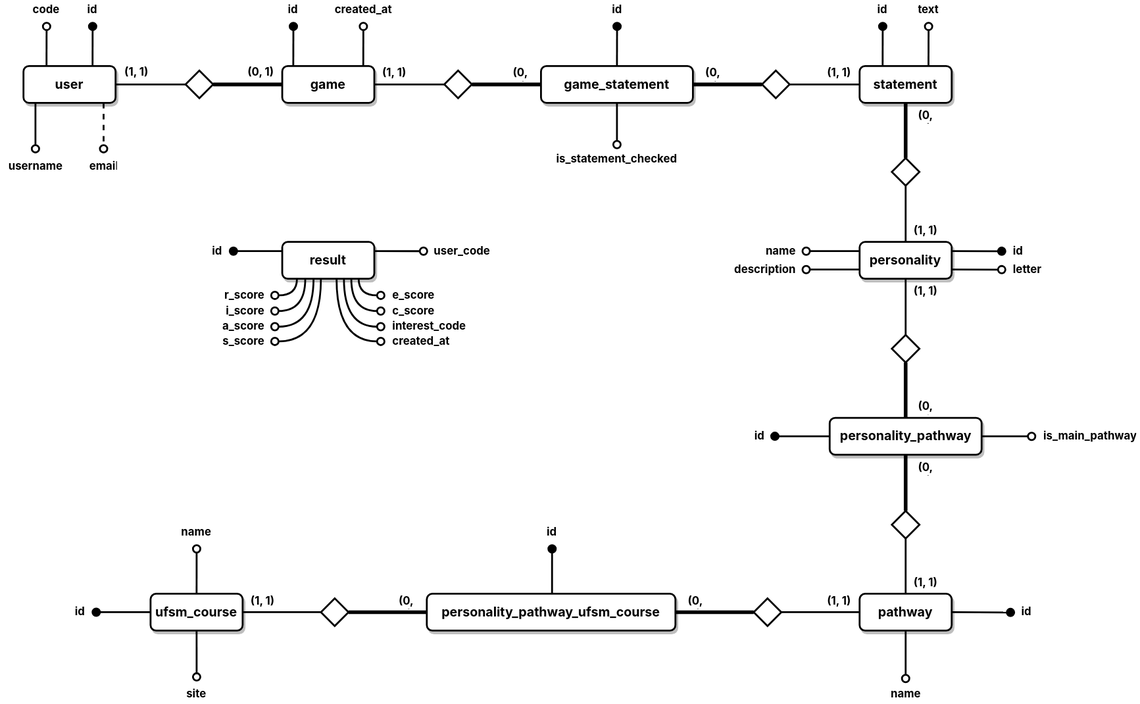
This is database/design/diagrama-er-peter-chen.svg from elc1074-universe/universe, a draw.io export, as it was before one commit. Source tidied: cells renumbered, new cells last; positions are measured from the earlier drawing's top-left corner, leaving out a move shared by most shapes.
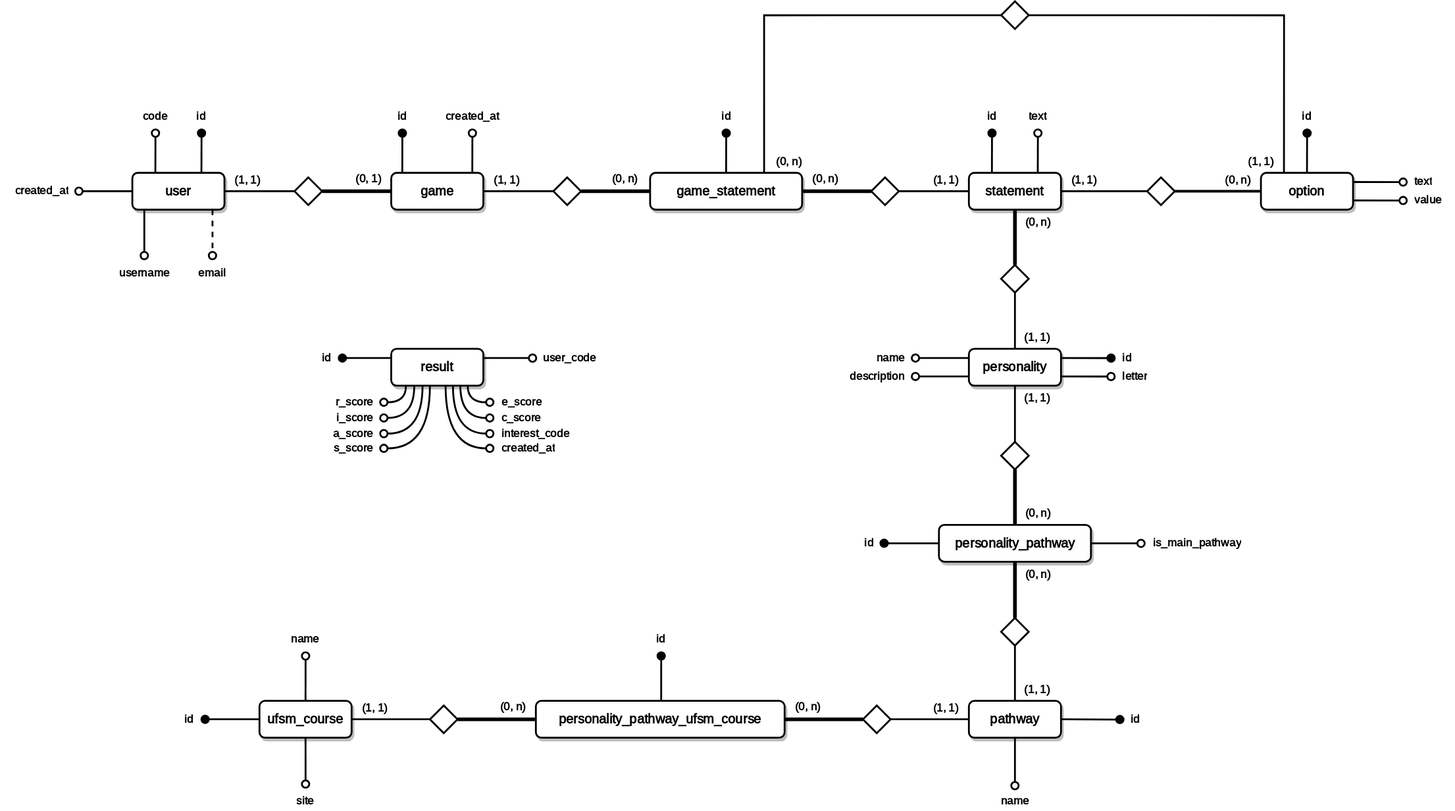
The same diagram one commit later.

What changed in the source:
```diff
@@ -25,6 +25,9 @@
     <mxCell id="7" style="edgeStyle=none;curved=1;rounded=0;jettySize=auto;html=1;exitX=1;exitY=0.5;exitDx=0;exitDy=0;entryX=0;entryY=0.5;entryDx=0;entryDy=0;fontSize=12;startSize=8;endSize=8;endArrow=none;endFill=0;strokeWidth=4;fontFamily=Inter;fontSource=https%3A%2F%2Ffonts.googleapis.com%2Fcss%3Ffamily%3DInter;fontStyle=1;" parent="1" edge="1" source="8" target="34">
       <mxGeometry relative="1" as="geometry" />
     </mxCell>
+    <mxCell id="116" style="edgeStyle=orthogonalEdgeStyle;rounded=0;jettySize=auto;html=1;exitX=0.75;exitY=0;exitDx=0;exitDy=0;entryX=0;entryY=0.5;entryDx=0;entryDy=0;fontSize=12;startSize=8;endSize=8;endArrow=none;endFill=0;strokeWidth=2;" parent="1" edge="1" source="8" target="124">
+      <mxGeometry relative="1" as="geometry" />
+    </mxCell>
     <mxCell id="8" value="game_statement" style="whiteSpace=wrap;html=1;align=center;fontSize=14;strokeWidth=2;fontFamily=Inter;fontSource=https%3A%2F%2Ffonts.googleapis.com%2Fcss%3Ffamily%3DInter;fontStyle=1;shadow=1;rounded=1;" parent="1" vertex="1">
       <mxGeometry x="586" y="71" width="165" height="40" as="geometry" />
     </mxCell>
@@ -40,6 +43,9 @@
     <mxCell id="12" style="edgeStyle=none;curved=1;rounded=0;jettySize=auto;html=1;exitX=0.5;exitY=1;exitDx=0;exitDy=0;entryX=0.5;entryY=0;entryDx=0;entryDy=0;fontSize=12;startSize=8;endSize=8;endArrow=none;endFill=0;strokeWidth=4;fontFamily=Inter;fontSource=https%3A%2F%2Ffonts.googleapis.com%2Fcss%3Ffamily%3DInter;fontStyle=1;" parent="1" edge="1" source="13" target="36">
       <mxGeometry relative="1" as="geometry" />
     </mxCell>
+    <mxCell id="117" style="edgeStyle=none;curved=1;rounded=0;jettySize=auto;html=1;exitX=1;exitY=0.5;exitDx=0;exitDy=0;entryX=0;entryY=0.5;entryDx=0;entryDy=0;fontSize=12;startSize=8;endSize=8;endArrow=none;endFill=0;strokeWidth=2;" parent="1" edge="1" source="13" target="120">
+      <mxGeometry relative="1" as="geometry" />
+    </mxCell>
     <mxCell id="13" value="statement" style="whiteSpace=wrap;html=1;align=center;fontSize=14;strokeWidth=2;fontFamily=Inter;fontSource=https%3A%2F%2Ffonts.googleapis.com%2Fcss%3Ffamily%3DInter;fontStyle=1;shadow=1;rounded=1;" parent="1" vertex="1">
       <mxGeometry x="932" y="71" width="100" height="40" as="geometry" />
     </mxCell>
@@ -153,52 +159,52 @@
       <mxGeometry x="347" y="649" width="30" height="30" as="geometry" />
     </mxCell>
     <mxCell id="45" value="(0, 1)" style="text;strokeColor=none;fillColor=none;spacingLeft=4;spacingRight=4;overflow=hidden;fontSize=12;whiteSpace=wrap;html=1;fontFamily=Inter;fontSource=https%3A%2F%2Ffonts.googleapis.com%2Fcss%3Ffamily%3DInter;align=center;verticalAlign=middle;fontStyle=1;" parent="1" vertex="1">
-      <mxGeometry x="262" y="68" width="40" height="20" as="geometry" />
+      <mxGeometry x="258" y="68" width="45" height="20" as="geometry" />
     </mxCell>
     <mxCell id="46" value="(1, 1)" style="text;strokeColor=none;fillColor=none;spacingLeft=4;spacingRight=4;overflow=hidden;fontSize=12;whiteSpace=wrap;html=1;fontFamily=Inter;fontSource=https%3A%2F%2Ffonts.googleapis.com%2Fcss%3Ffamily%3DInter;align=center;verticalAlign=middle;fontStyle=1;" parent="1" vertex="1">
-      <mxGeometry x="127" y="68" width="40" height="20" as="geometry" />
+      <mxGeometry x="127" y="69" width="45" height="20" as="geometry" />
     </mxCell>
     <mxCell id="47" value="(0, n)" style="text;strokeColor=none;fillColor=none;spacingLeft=4;spacingRight=4;overflow=hidden;fontSize=12;whiteSpace=wrap;html=1;fontFamily=Inter;fontSource=https%3A%2F%2Ffonts.googleapis.com%2Fcss%3Ffamily%3DInter;align=center;verticalAlign=middle;fontStyle=1;" parent="1" vertex="1">
-      <mxGeometry x="544" y="69" width="40" height="20" as="geometry" />
+      <mxGeometry x="534" y="68" width="50" height="20" as="geometry" />
     </mxCell>
     <mxCell id="48" value="(1, 1)" style="text;strokeColor=none;fillColor=none;spacingLeft=4;spacingRight=4;overflow=hidden;fontSize=12;whiteSpace=wrap;html=1;fontFamily=Inter;fontSource=https%3A%2F%2Ffonts.googleapis.com%2Fcss%3Ffamily%3DInter;align=center;verticalAlign=middle;fontStyle=1;" parent="1" vertex="1">
-      <mxGeometry x="407" y="69" width="40" height="20" as="geometry" />
+      <mxGeometry x="408" y="69" width="45" height="20" as="geometry" />
     </mxCell>
     <mxCell id="49" value="(1, 1)" style="text;strokeColor=none;fillColor=none;spacingLeft=4;spacingRight=4;overflow=hidden;fontSize=12;whiteSpace=wrap;html=1;fontFamily=Inter;fontSource=https%3A%2F%2Ffonts.googleapis.com%2Fcss%3Ffamily%3DInter;align=center;verticalAlign=middle;fontStyle=1;" parent="1" vertex="1">
-      <mxGeometry x="890" y="69" width="40" height="20" as="geometry" />
+      <mxGeometry x="885" y="69" width="45" height="20" as="geometry" />
     </mxCell>
     <mxCell id="50" value="(0, n)" style="text;strokeColor=none;fillColor=none;spacingLeft=4;spacingRight=4;overflow=hidden;fontSize=12;whiteSpace=wrap;html=1;fontFamily=Inter;fontSource=https%3A%2F%2Ffonts.googleapis.com%2Fcss%3Ffamily%3DInter;align=center;verticalAlign=middle;fontStyle=1;" parent="1" vertex="1">
-      <mxGeometry x="753" y="69" width="40" height="20" as="geometry" />
+      <mxGeometry x="754" y="68" width="45" height="20" as="geometry" />
     </mxCell>
     <mxCell id="51" value="(1, 1)" style="text;strokeColor=none;fillColor=none;spacingLeft=4;spacingRight=4;overflow=hidden;fontSize=12;whiteSpace=wrap;html=1;fontFamily=Inter;fontSource=https%3A%2F%2Ffonts.googleapis.com%2Fcss%3Ffamily%3DInter;align=center;verticalAlign=middle;fontStyle=1;" parent="1" vertex="1">
-      <mxGeometry x="984" y="240" width="40" height="20" as="geometry" />
+      <mxGeometry x="984" y="240" width="45" height="20" as="geometry" />
     </mxCell>
     <mxCell id="52" value="(0, n)" style="text;strokeColor=none;fillColor=none;spacingLeft=4;spacingRight=4;overflow=hidden;fontSize=12;whiteSpace=wrap;html=1;fontFamily=Inter;fontSource=https%3A%2F%2Ffonts.googleapis.com%2Fcss%3Ffamily%3DInter;align=center;verticalAlign=middle;fontStyle=1;" parent="1" vertex="1">
-      <mxGeometry x="984" y="115" width="40" height="20" as="geometry" />
+      <mxGeometry x="984.5" y="115" width="45" height="20" as="geometry" />
     </mxCell>
     <mxCell id="53" value="(1, 1)" style="text;strokeColor=none;fillColor=none;spacingLeft=4;spacingRight=4;overflow=hidden;fontSize=12;whiteSpace=wrap;html=1;fontFamily=Inter;fontSource=https%3A%2F%2Ffonts.googleapis.com%2Fcss%3Ffamily%3DInter;align=center;verticalAlign=middle;fontStyle=1;" parent="1" vertex="1">
-      <mxGeometry x="984" y="306" width="40" height="20" as="geometry" />
+      <mxGeometry x="984" y="306" width="45" height="20" as="geometry" />
     </mxCell>
     <mxCell id="54" value="(1, 1)" style="text;strokeColor=none;fillColor=none;spacingLeft=4;spacingRight=4;overflow=hidden;fontSize=12;whiteSpace=wrap;html=1;fontFamily=Inter;fontSource=https%3A%2F%2Ffonts.googleapis.com%2Fcss%3Ffamily%3DInter;align=center;verticalAlign=middle;fontStyle=1;" parent="1" vertex="1">
-      <mxGeometry x="984" y="622" width="40" height="20" as="geometry" />
+      <mxGeometry x="984" y="622" width="45" height="20" as="geometry" />
     </mxCell>
     <mxCell id="55" value="(0, n)" style="text;strokeColor=none;fillColor=none;spacingLeft=4;spacingRight=4;overflow=hidden;fontSize=12;whiteSpace=wrap;html=1;fontFamily=Inter;fontSource=https%3A%2F%2Ffonts.googleapis.com%2Fcss%3Ffamily%3DInter;align=center;verticalAlign=middle;fontStyle=1;" parent="1" vertex="1">
-      <mxGeometry x="984" y="431" width="40" height="20" as="geometry" />
+      <mxGeometry x="984.5" y="431" width="45" height="20" as="geometry" />
     </mxCell>
     <mxCell id="56" value="(0, n)" style="text;strokeColor=none;fillColor=none;spacingLeft=4;spacingRight=4;overflow=hidden;fontSize=12;whiteSpace=wrap;html=1;fontFamily=Inter;fontSource=https%3A%2F%2Ffonts.googleapis.com%2Fcss%3Ffamily%3DInter;align=center;verticalAlign=middle;fontStyle=1;" parent="1" vertex="1">
-      <mxGeometry x="984" y="497" width="40" height="20" as="geometry" />
+      <mxGeometry x="984.5" y="497" width="45" height="20" as="geometry" />
     </mxCell>
     <mxCell id="57" value="(1, 1)" style="text;strokeColor=none;fillColor=none;spacingLeft=4;spacingRight=4;overflow=hidden;fontSize=12;whiteSpace=wrap;html=1;fontFamily=Inter;fontSource=https%3A%2F%2Ffonts.googleapis.com%2Fcss%3Ffamily%3DInter;align=center;verticalAlign=middle;fontStyle=1;" parent="1" vertex="1">
-      <mxGeometry x="890" y="642" width="40" height="20" as="geometry" />
+      <mxGeometry x="885" y="642" width="45" height="20" as="geometry" />
     </mxCell>
     <mxCell id="58" value="(1, 1)" style="text;strokeColor=none;fillColor=none;spacingLeft=4;spacingRight=4;overflow=hidden;fontSize=12;whiteSpace=wrap;html=1;fontFamily=Inter;fontSource=https%3A%2F%2Ffonts.googleapis.com%2Fcss%3Ffamily%3DInter;align=center;verticalAlign=middle;fontStyle=1;" parent="1" vertex="1">
-      <mxGeometry x="264" y="642" width="40" height="20" as="geometry" />
+      <mxGeometry x="265" y="642" width="45" height="20" as="geometry" />
     </mxCell>
     <mxCell id="59" value="(0, n)" style="text;strokeColor=none;fillColor=none;spacingLeft=4;spacingRight=4;overflow=hidden;fontSize=12;whiteSpace=wrap;html=1;fontFamily=Inter;fontSource=https%3A%2F%2Ffonts.googleapis.com%2Fcss%3Ffamily%3DInter;align=center;verticalAlign=middle;fontStyle=1;" parent="1" vertex="1">
-      <mxGeometry x="420" y="642" width="40" height="20" as="geometry" />
+      <mxGeometry x="415" y="641" width="45" height="20" as="geometry" />
     </mxCell>
     <mxCell id="60" value="(0, n)" style="text;strokeColor=none;fillColor=none;spacingLeft=4;spacingRight=4;overflow=hidden;fontSize=12;whiteSpace=wrap;html=1;fontFamily=Inter;fontSource=https%3A%2F%2Ffonts.googleapis.com%2Fcss%3Ffamily%3DInter;align=center;verticalAlign=middle;fontStyle=1;" parent="1" vertex="1">
-      <mxGeometry x="734" y="642" width="40" height="20" as="geometry" />
+      <mxGeometry x="735" y="641" width="45" height="20" as="geometry" />
     </mxCell>
     <mxCell id="61" value="id" style="text;strokeColor=none;fillColor=none;spacingLeft=4;spacingRight=4;overflow=hidden;fontSize=12;whiteSpace=wrap;html=1;fontFamily=Inter;fontSource=https%3A%2F%2Ffonts.googleapis.com%2Fcss%3Ffamily%3DInter;align=center;verticalAlign=middle;fontStyle=1;" parent="1" vertex="1">
       <mxGeometry x="79" width="40" height="20" as="geometry" />
@@ -266,15 +272,6 @@
     <mxCell id="76" value="id" style="text;strokeColor=none;fillColor=none;spacingLeft=4;spacingRight=4;overflow=hidden;fontSize=12;whiteSpace=wrap;html=1;fontFamily=Inter;fontSource=https%3A%2F%2Ffonts.googleapis.com%2Fcss%3Ffamily%3DInter;align=center;verticalAlign=middle;fontStyle=1;" parent="1" vertex="1">
       <mxGeometry x="297" width="40" height="20" as="geometry" />
     </mxCell>
-    <mxCell id="77" value="is_statement_checked" style="text;strokeColor=none;fillColor=none;spacingLeft=4;spacingRight=4;overflow=hidden;fontSize=12;whiteSpace=wrap;html=1;fontFamily=Inter;fontSource=https%3A%2F%2Ffonts.googleapis.com%2Fcss%3Ffamily%3DInter;align=center;verticalAlign=middle;fontStyle=1;" parent="1" vertex="1">
-      <mxGeometry x="598.2" y="162" width="140.5" height="20" as="geometry" />
-    </mxCell>
-    <mxCell id="78" style="edgeStyle=none;curved=1;rounded=0;orthogonalLoop=1;jettySize=auto;html=1;exitX=0.5;exitY=1;exitDx=0;exitDy=0;fontSize=12;startSize=8;endSize=8;endArrow=oval;endFill=0;strokeWidth=2;" parent="1" edge="1">
-      <mxGeometry relative="1" as="geometry">
-        <mxPoint x="668.5" y="111" as="sourcePoint" />
-        <mxPoint x="668.5" y="156.3" as="targetPoint" />
-      </mxGeometry>
-    </mxCell>
     <mxCell id="79" style="edgeStyle=none;curved=1;rounded=0;orthogonalLoop=1;jettySize=auto;html=1;exitX=0.75;exitY=0;exitDx=0;exitDy=0;fontSize=12;startSize=8;endSize=8;endArrow=oval;endFill=1;strokeWidth=2;" parent="1" edge="1">
       <mxGeometry relative="1" as="geometry">
         <mxPoint x="668.5" y="71" as="sourcePoint" />
@@ -453,5 +450,68 @@
     <mxCell id="115" value="created_at" style="text;strokeColor=none;fillColor=none;spacingLeft=4;spacingRight=4;overflow=hidden;fontSize=12;whiteSpace=wrap;html=1;fontFamily=Inter;fontSource=https%3A%2F%2Ffonts.googleapis.com%2Fcss%3Ffamily%3DInter;align=left;verticalAlign=middle;fontStyle=1;" parent="1" vertex="1">
       <mxGeometry x="419" y="360" width="97" height="20" as="geometry" />
     </mxCell>
+    <mxCell id="118" style="edgeStyle=none;curved=1;rounded=0;jettySize=auto;html=1;exitX=0;exitY=0.5;exitDx=0;exitDy=0;entryX=1;entryY=0.5;entryDx=0;entryDy=0;fontSize=12;startSize=8;endSize=8;endArrow=none;endFill=0;strokeWidth=3;" parent="1" edge="1" source="119" target="120">
+      <mxGeometry relative="1" as="geometry" />
+    </mxCell>
+    <mxCell id="119" value="option" style="whiteSpace=wrap;html=1;align=center;fontSize=14;strokeWidth=2;fontFamily=Inter;fontSource=https%3A%2F%2Ffonts.googleapis.com%2Fcss%3Ffamily%3DInter;fontStyle=1;shadow=1;rounded=1;" parent="1" vertex="1">
+      <mxGeometry x="1249" y="71" width="100" height="40" as="geometry" />
+    </mxCell>
+    <mxCell id="120" style="shape=rhombus;perimeter=rhombusPerimeter;whiteSpace=wrap;html=1;align=center;fontSize=16;strokeWidth=2;fontFamily=Inter;fontSource=https%3A%2F%2Ffonts.googleapis.com%2Fcss%3Ffamily%3DInter;fontStyle=1;" parent="1" vertex="1">
+      <mxGeometry x="1125.5" y="76" width="30" height="30" as="geometry" />
+    </mxCell>
+    <mxCell id="121" value="(0, n)" style="text;strokeColor=none;fillColor=none;spacingLeft=4;spacingRight=4;overflow=hidden;fontSize=12;whiteSpace=wrap;html=1;fontFamily=Inter;fontSource=https%3A%2F%2Ffonts.googleapis.com%2Fcss%3Ffamily%3DInter;align=center;verticalAlign=middle;fontStyle=1;" parent="1" vertex="1">
+      <mxGeometry x="1202" y="69" width="45" height="20" as="geometry" />
+    </mxCell>
+    <mxCell id="122" value="(1, 1)" style="text;strokeColor=none;fillColor=none;spacingLeft=4;spacingRight=4;overflow=hidden;fontSize=12;whiteSpace=wrap;html=1;fontFamily=Inter;fontSource=https%3A%2F%2Ffonts.googleapis.com%2Fcss%3Ffamily%3DInter;align=center;verticalAlign=middle;fontStyle=1;" parent="1" vertex="1">
+      <mxGeometry x="1035" y="69" width="45" height="20" as="geometry" />
+    </mxCell>
+    <mxCell id="123" style="edgeStyle=orthogonalEdgeStyle;rounded=0;jettySize=auto;html=1;exitX=1;exitY=0.5;exitDx=0;exitDy=0;entryX=0.25;entryY=0;entryDx=0;entryDy=0;fontSize=12;startSize=8;endSize=8;endArrow=none;endFill=0;strokeWidth=2;" parent="1" edge="1" source="124" target="119">
+      <mxGeometry relative="1" as="geometry" />
+    </mxCell>
+    <mxCell id="124" style="shape=rhombus;perimeter=rhombusPerimeter;whiteSpace=wrap;html=1;align=center;fontSize=16;strokeWidth=2;fontFamily=Inter;fontSource=https%3A%2F%2Ffonts.googleapis.com%2Fcss%3Ffamily%3DInter;fontStyle=1;" parent="1" vertex="1">
+      <mxGeometry x="967" y="-115" width="30" height="30" as="geometry" />
+    </mxCell>
+    <mxCell id="125" value="(0, n)" style="text;strokeColor=none;fillColor=none;spacingLeft=4;spacingRight=4;overflow=hidden;fontSize=12;whiteSpace=wrap;html=1;fontFamily=Inter;fontSource=https%3A%2F%2Ffonts.googleapis.com%2Fcss%3Ffamily%3DInter;align=center;verticalAlign=middle;fontStyle=1;" parent="1" vertex="1">
+      <mxGeometry x="712" y="49" width="50" height="20" as="geometry" />
+    </mxCell>
+    <mxCell id="126" value="(1, 1)" style="text;strokeColor=none;fillColor=none;spacingLeft=4;spacingRight=4;overflow=hidden;fontSize=12;whiteSpace=wrap;html=1;fontFamily=Inter;fontSource=https%3A%2F%2Ffonts.googleapis.com%2Fcss%3Ffamily%3DInter;align=center;verticalAlign=middle;fontStyle=1;" parent="1" vertex="1">
+      <mxGeometry x="1227" y="49" width="45" height="20" as="geometry" />
+    </mxCell>
+    <mxCell id="127" style="edgeStyle=none;curved=1;rounded=0;orthogonalLoop=1;jettySize=auto;html=1;exitX=0.75;exitY=0;exitDx=0;exitDy=0;fontSize=12;startSize=8;endSize=8;endArrow=oval;endFill=1;strokeWidth=2;" parent="1" edge="1">
+      <mxGeometry relative="1" as="geometry">
+        <mxPoint x="1299" y="71" as="sourcePoint" />
+        <mxPoint x="1299.1" y="28" as="targetPoint" />
+      </mxGeometry>
+    </mxCell>
+    <mxCell id="128" value="id" style="text;strokeColor=none;fillColor=none;spacingLeft=4;spacingRight=4;overflow=hidden;fontSize=12;whiteSpace=wrap;html=1;fontFamily=Inter;fontSource=https%3A%2F%2Ffonts.googleapis.com%2Fcss%3Ffamily%3DInter;align=center;verticalAlign=middle;fontStyle=1;" parent="1" vertex="1">
+      <mxGeometry x="1279" width="40" height="20" as="geometry" />
+    </mxCell>
+    <mxCell id="129" style="edgeStyle=none;curved=1;rounded=0;orthogonalLoop=1;jettySize=auto;html=1;exitX=1;exitY=0.25;exitDx=0;exitDy=0;fontSize=12;startSize=8;endSize=8;endArrow=oval;endFill=0;strokeWidth=2;" parent="1" edge="1">
+      <mxGeometry relative="1" as="geometry">
+        <mxPoint x="1349" y="81" as="sourcePoint" />
+        <mxPoint x="1403.3" y="81.1" as="targetPoint" />
+      </mxGeometry>
+    </mxCell>
+    <mxCell id="130" value="text" style="text;strokeColor=none;fillColor=none;spacingLeft=4;spacingRight=4;overflow=hidden;fontSize=12;whiteSpace=wrap;html=1;fontFamily=Inter;fontSource=https%3A%2F%2Ffonts.googleapis.com%2Fcss%3Ffamily%3DInter;align=left;verticalAlign=middle;fontStyle=1;" parent="1" vertex="1">
+      <mxGeometry x="1410" y="71" width="49" height="20" as="geometry" />
+    </mxCell>
+    <mxCell id="131" style="edgeStyle=none;curved=1;rounded=0;orthogonalLoop=1;jettySize=auto;html=1;exitX=1;exitY=0.25;exitDx=0;exitDy=0;fontSize=12;startSize=8;endSize=8;endArrow=oval;endFill=0;strokeWidth=2;" parent="1" edge="1">
+      <mxGeometry relative="1" as="geometry">
+        <mxPoint x="1349" y="101" as="sourcePoint" />
+        <mxPoint x="1403.3" y="101.1" as="targetPoint" />
+      </mxGeometry>
+    </mxCell>
+    <mxCell id="132" value="value" style="text;strokeColor=none;fillColor=none;spacingLeft=4;spacingRight=4;overflow=hidden;fontSize=12;whiteSpace=wrap;html=1;fontFamily=Inter;fontSource=https%3A%2F%2Ffonts.googleapis.com%2Fcss%3Ffamily%3DInter;align=left;verticalAlign=middle;fontStyle=1;" parent="1" vertex="1">
+      <mxGeometry x="1410" y="91" width="49" height="20" as="geometry" />
+    </mxCell>
+    <mxCell id="133" style="edgeStyle=none;curved=1;rounded=0;orthogonalLoop=1;jettySize=auto;html=1;exitX=0;exitY=0.25;exitDx=0;exitDy=0;fontSize=12;startSize=8;endSize=8;endArrow=oval;endFill=0;strokeWidth=2;" parent="1" edge="1">
+      <mxGeometry relative="1" as="geometry">
+        <mxPoint x="24" y="91" as="sourcePoint" />
+        <mxPoint x="-34" y="91" as="targetPoint" />
+      </mxGeometry>
+    </mxCell>
+    <mxCell id="134" value="created_at" style="text;strokeColor=none;fillColor=none;spacingLeft=4;spacingRight=4;overflow=hidden;fontSize=12;whiteSpace=wrap;html=1;fontFamily=Inter;fontSource=https%3A%2F%2Ffonts.googleapis.com%2Fcss%3Ffamily%3DInter;align=right;verticalAlign=middle;fontStyle=1;" parent="1" vertex="1">
+      <mxGeometry x="-119" y="81" width="80" height="20" as="geometry" />
+    </mxCell>
   </root>
 </mxGraphModel>
```
